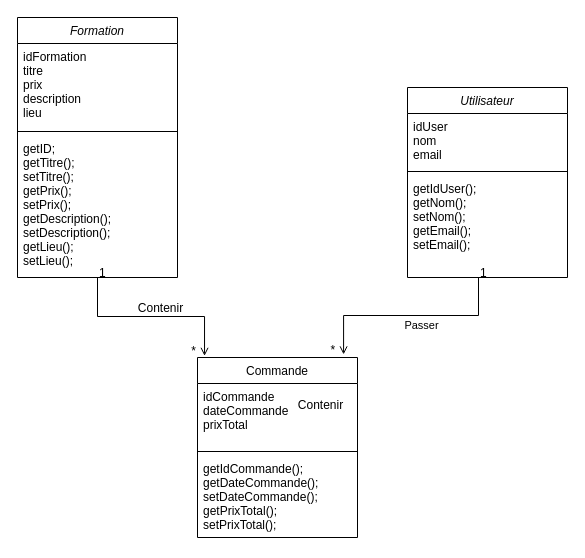
The draw.io diagram Prepare/V1/DIagramme de class complet V1.drawio in xAm64/Eval-appFormation, before the edit. Source tidied: cells renumbered, new cells numbered last; positions are measured from the earlier drawing's top-left corner, leaving out a move shared by most shapes. Both pictures are drawn from the tidied source at 100%, with x=0, y=0 at pixel (17, 17).
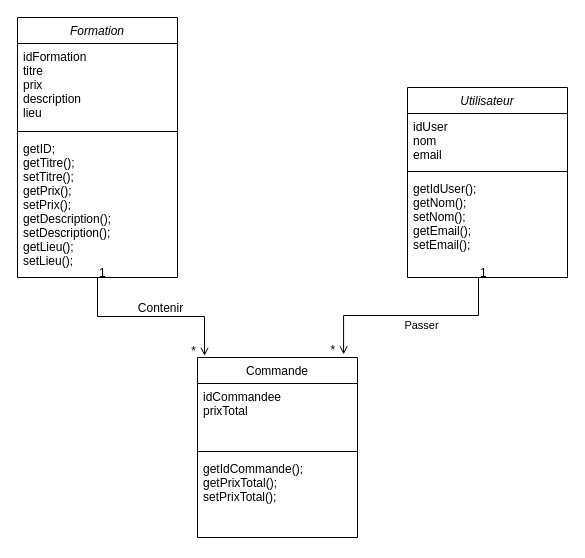
Above is the later version.

The change refers to these unchanged cells:
```xml
<mxCell id="6" value="Commande" style="swimlane;fontStyle=0;align=center;verticalAlign=top;horizontal=1;startSize=26;rounded=0;shadow=0;strokeWidth=1;" parent="1" vertex="1">
  <mxGeometry x="180" y="340" width="160" height="180" as="geometry" />
</mxCell>
<mxCell id="18" style="endArrow=open;shadow=0;strokeWidth=1;rounded=0;endFill=1;edgeStyle=elbowEdgeStyle;elbow=vertical;entryX=0.913;entryY=-0.017;entryDx=0;entryDy=0;entryPerimeter=0;" parent="1" edge="1" target="6">
  <mxGeometry x="0.5" y="41" relative="1" as="geometry">
    <mxPoint x="461" y="260" as="sourcePoint" />
    <mxPoint x="-40" y="32" as="offset" />
  </mxGeometry>
</mxCell>
```

What changed in the source:
```diff
@@
-    <mxCell id="7" value="idCommande&#10;dateCommande&#10;prixTotal&#10;" style="text;align=left;verticalAlign=top;spacingLeft=4;spacingRight=4;overflow=hidden;" parent="6" vertex="1">
+    <mxCell id="7" value="idCommandee&#10;prixTotal&#10;" style="text;align=left;verticalAlign=top;spacingLeft=4;spacingRight=4;overflow=hidden;" parent="6" vertex="1">
       <mxGeometry y="26" width="160" height="64" as="geometry" />
     </mxCell>
@@
-    <mxCell id="9" value="getIdCommande();&#10;getDateCommande();&#10;setDateCommande();&#10;getPrixTotal();&#10;setPrixTotal();&#10;" style="text;align=left;verticalAlign=top;spacingLeft=4;spacingRight=4;overflow=hidden;" parent="6" vertex="1">
+    <mxCell id="9" value="getIdCommande();&#10;getPrixTotal();&#10;setPrixTotal();&#10;" style="text;align=left;verticalAlign=top;spacingLeft=4;spacingRight=4;overflow=hidden;" parent="6" vertex="1">
       <mxGeometry y="98" width="160" height="82" as="geometry" />
     </mxCell>
@@
-    <mxCell id="21" value="Contenir" style="text;html=1;align=center;verticalAlign=middle;labelBackgroundColor=none;rounded=0;shadow=0;strokeWidth=1;fontSize=12;" parent="18" vertex="1">
-      <mxGeometry x="0.5" y="49" relative="1" as="geometry">
-        <mxPoint x="-38" y="40" as="offset" />
-      </mxGeometry>
-    </mxCell>
```
